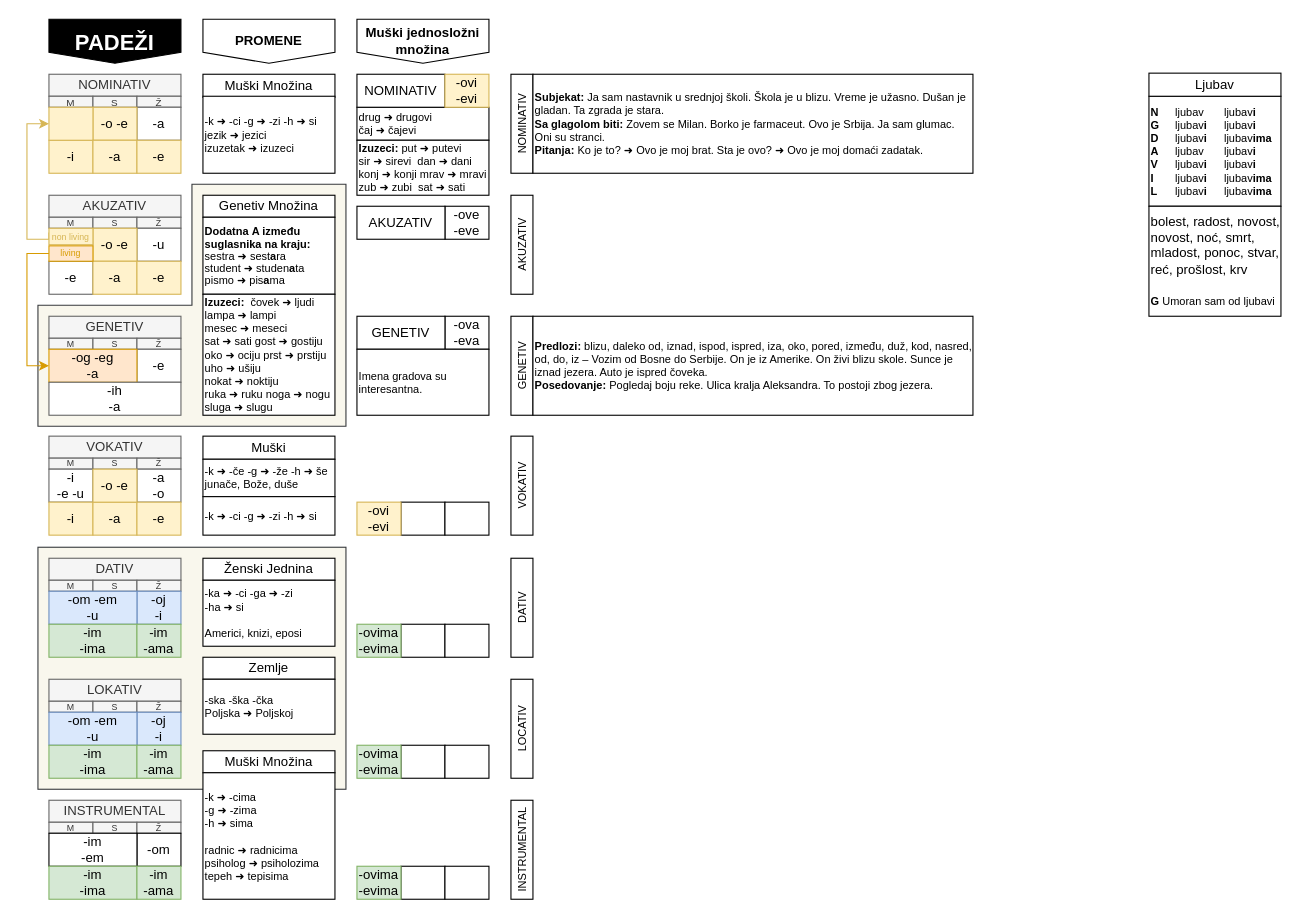
Above: padezi.drawio in vlandivir/srpski (draw.io), before the change. Source tidied: cells renumbered, new cells numbered last; positions are measured from the earlier drawing's top-left corner, leaving out a move shared by most shapes. Both pictures are drawn from the tidied source at 110%, with x=0, y=0 at pixel (26, 19).
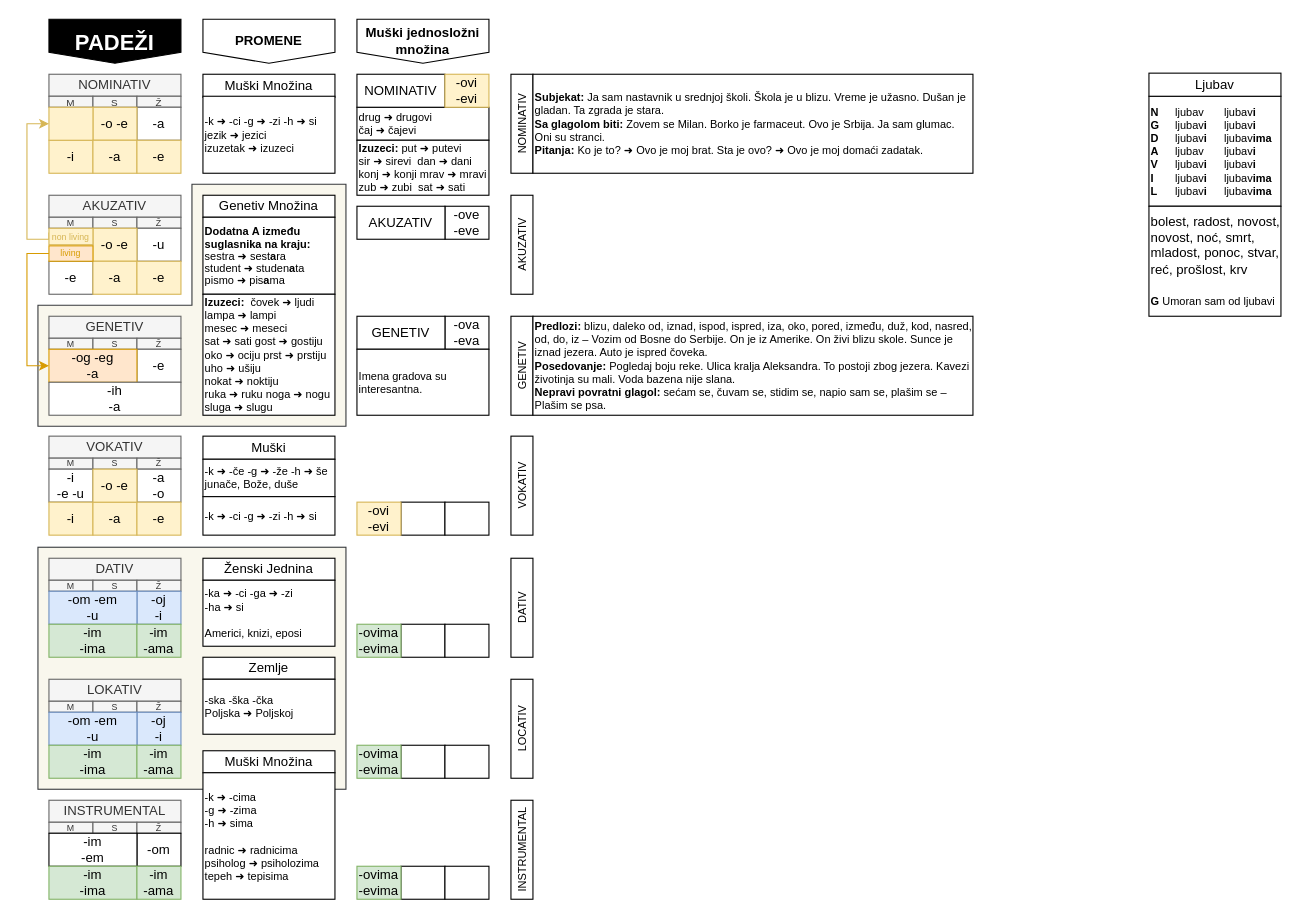
The same diagram, later.

The edit, as a diff of the source:
```diff
@@
-    <mxCell id="114" value="&lt;b&gt;Predlozi: &lt;/b&gt;blizu, daleko od, iznad, ispod, ispred, iza, oko, pored, između, duž, kod, nasred, od, do, iz – Vozim od Bosne do Serbije. On je iz Amerike. On živi blizu skole. Sunce je iznad jezera. Auto je ispred čoveka.&amp;nbsp;&lt;br&gt;&lt;b&gt;Posedovanje: &lt;/b&gt;Pogledaj boju reke. Ulica kralja Aleksandra. To postoji zbog jezera." style="rounded=0;whiteSpace=wrap;html=1;align=left;fontSize=10;" parent="1" vertex="1">
+    <mxCell id="114" value="&lt;b&gt;Predlozi: &lt;/b&gt;blizu, daleko od, iznad, ispod, ispred, iza, oko, pored, između, duž, kod, nasred, od, do, iz – Vozim od Bosne do Serbije. On je iz Amerike. On živi blizu skole. Sunce je iznad jezera. Auto je ispred čoveka.&amp;nbsp;&lt;br&gt;&lt;b&gt;Posedovanje: &lt;/b&gt;Pogledaj boju reke. Ulica kralja Aleksandra. To postoji zbog jezera. Kavezi životinja su mali. Voda bazena nije slana.&lt;br&gt;&lt;b&gt;Nepravi povratni glagol: &lt;/b&gt;sećam se, čuvam se, stidim se, napio sam se, plašim se – Plašim se psa.&amp;nbsp;" style="rounded=0;whiteSpace=wrap;html=1;align=left;fontSize=10;" parent="1" vertex="1">
       <mxGeometry x="460" y="270" width="400" height="90" as="geometry" />
     </mxCell>
```
